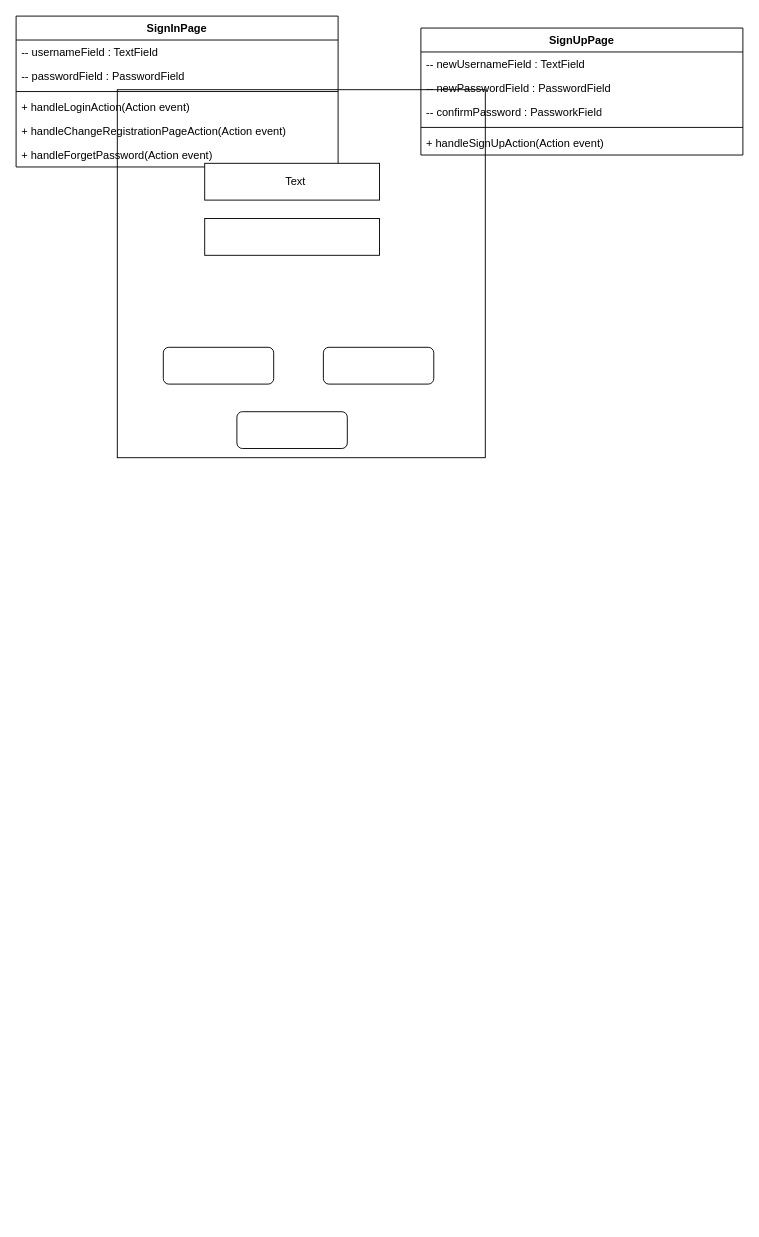
Before: demo/documents/analysises/bussness process/V2.0/UI.drawio in cyang2001/projectJava, a draw.io diagram. Source tidied: cells renumbered, new cells numbered last; positions are measured from the earlier drawing's top-left corner, leaving out a move shared by most shapes. Both pictures are drawn from the tidied source at 92%, with x=0, y=0 at pixel (16, 16).
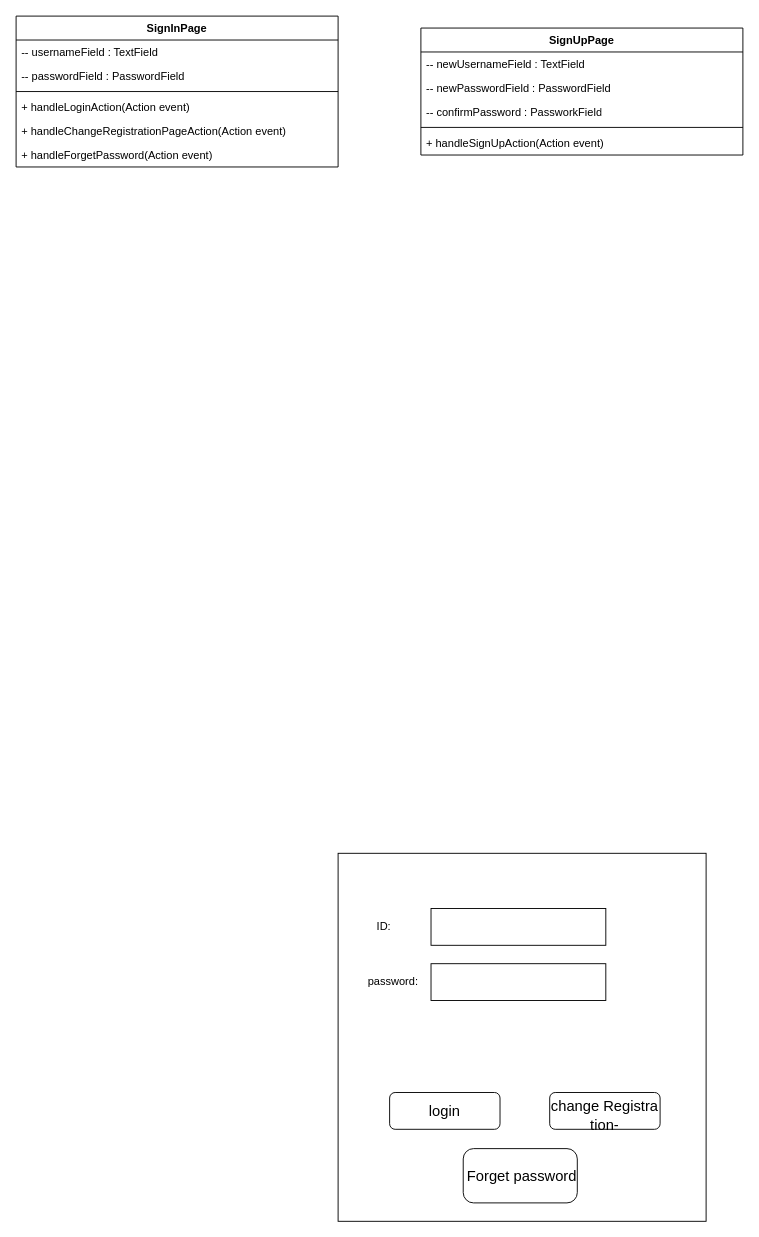
Above is the later version.

Change to the diagram source:
```diff
@@
-    <mxCell id="2" style="whiteSpace=wrap;html=1;" parent="1" vertex="1">
-      <mxGeometry x="110" y="80" width="400" height="400" as="geometry" />
-    </mxCell>
@@
-    <mxCell id="10" style="rounded=1;whiteSpace=wrap;html=1;" parent="1" vertex="1">
-      <mxGeometry x="160" y="360" width="120" height="40" as="geometry" />
-    </mxCell>
@@
+    <mxCell id="22" style="group;" parent="1" vertex="1">
+      <mxGeometry x="350" y="910" width="400" height="400" as="geometry" />
+    </mxCell>
+    <mxCell id="2" style="whiteSpace=wrap;html=1;" parent="22" vertex="1">
+      <mxGeometry width="400" height="400" as="geometry" />
+    </mxCell>
+    <mxCell id="10" style="rounded=1;whiteSpace=wrap;html=1;" parent="22" vertex="1">
+      <mxGeometry x="56" y="260" width="120" height="40" as="geometry" />
+    </mxCell>
-    <mxCell id="17" style="rounded=1;whiteSpace=wrap;html=1;" parent="1" vertex="1">
-      <mxGeometry x="334" y="360" width="120" height="40" as="geometry" />
+    <mxCell id="17" style="rounded=1;whiteSpace=wrap;html=1;" parent="22" vertex="1">
+      <mxGeometry x="230" y="260" width="120" height="40" as="geometry" />
     </mxCell>
-    <mxCell id="18" style="rounded=1;whiteSpace=wrap;html=1;" parent="1" vertex="1">
-      <mxGeometry x="240" y="430" width="120" height="40" as="geometry" />
+    <mxCell id="18" style="rounded=1;whiteSpace=wrap;html=1;arcSize=19;" parent="22" vertex="1">
+      <mxGeometry x="136" y="321" width="124" height="59" as="geometry" />
     </mxCell>
-    <mxCell id="19" style="rounded=0;whiteSpace=wrap;html=1;" parent="1" vertex="1">
-      <mxGeometry x="205" y="160" width="190" height="40" as="geometry" />
+    <mxCell id="19" style="rounded=0;whiteSpace=wrap;html=1;" parent="22" vertex="1">
+      <mxGeometry x="101" y="60" width="190" height="40" as="geometry" />
     </mxCell>
-    <mxCell id="20" style="rounded=0;whiteSpace=wrap;html=1;" parent="1" vertex="1">
-      <mxGeometry x="205" y="220" width="190" height="40" as="geometry" />
+    <mxCell id="20" style="rounded=0;whiteSpace=wrap;html=1;" parent="22" vertex="1">
+      <mxGeometry x="101" y="120" width="190" height="40" as="geometry" />
     </mxCell>
-    <mxCell id="21" value="Text" style="text;html=1;strokeColor=none;fillColor=none;align=center;verticalAlign=middle;whiteSpace=wrap;rounded=0;" parent="1" vertex="1">
-      <mxGeometry x="274" y="165" width="60" height="30" as="geometry" />
+    <mxCell id="21" value="ID:" style="text;html=1;strokeColor=none;fillColor=none;align=center;verticalAlign=middle;whiteSpace=wrap;rounded=0;" parent="22" vertex="1">
+      <mxGeometry x="20" y="65" width="60" height="30" as="geometry" />
     </mxCell>
+    <mxCell id="23" value="password:" style="text;html=1;strokeColor=none;fillColor=none;align=center;verticalAlign=middle;whiteSpace=wrap;rounded=0;" parent="22" vertex="1">
+      <mxGeometry x="30" y="125" width="60" height="30" as="geometry" />
+    </mxCell>
+    <mxCell id="24" value="login" style="text;strokeColor=none;fillColor=none;html=1;align=center;verticalAlign=middle;whiteSpace=wrap;rounded=0;fontSize=16;" parent="22" vertex="1">
+      <mxGeometry x="86" y="255" width="60" height="50" as="geometry" />
+    </mxCell>
+    <mxCell id="25" value="change Registra&lt;br&gt;tion-" style="text;strokeColor=none;fillColor=none;html=1;align=center;verticalAlign=middle;whiteSpace=wrap;rounded=0;fontSize=16;" parent="22" vertex="1">
+      <mxGeometry x="230" y="265" width="120" height="40" as="geometry" />
+    </mxCell>
+    <mxCell id="26" value="Forget password" style="text;strokeColor=none;fillColor=none;html=1;align=center;verticalAlign=middle;whiteSpace=wrap;rounded=0;fontSize=16;" parent="22" vertex="1">
+      <mxGeometry x="125" y="350" width="150" as="geometry" />
+    </mxCell>
```
